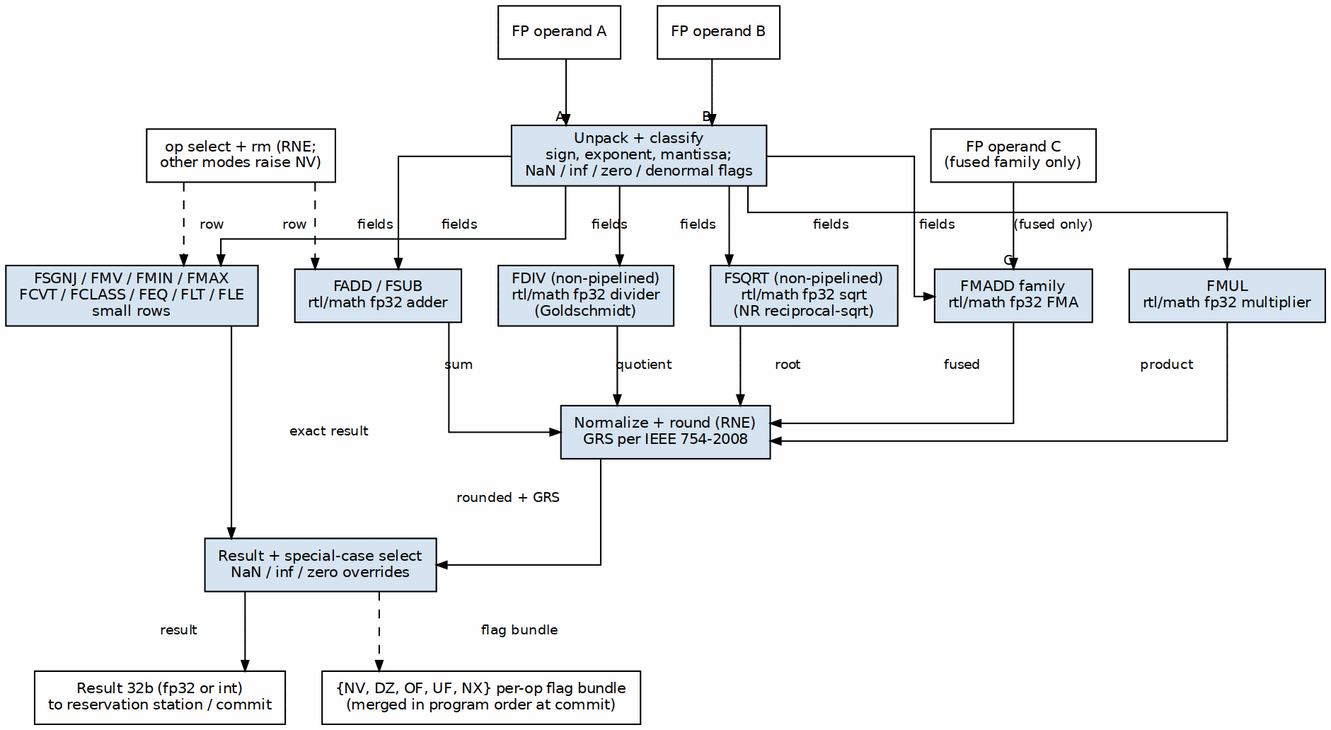
The Graphviz diagram projects/components/compute-eng-ip/alu-rv32f/assets/graphviz/01_alu_rv32f_datapath.png in sean-galloway/RTLDesignSherpa, before a commit. Its source is kept beside it as projects/components/compute-eng-ip/alu-rv32f/assets/graphviz/01_alu_rv32f_datapath.dot.
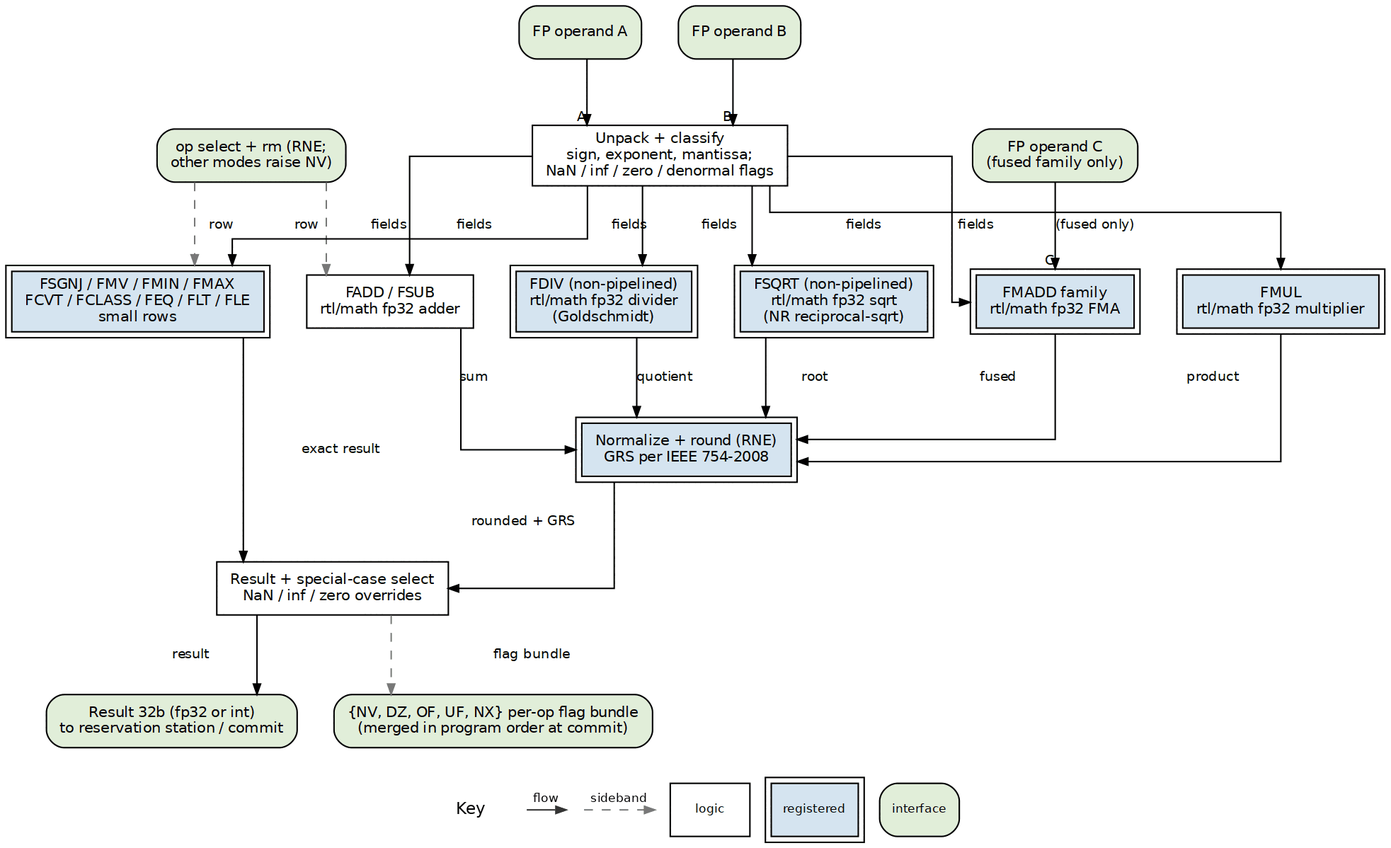
The same diagram one commit later.

Diff of the diagram source:
```diff
@@ -3,28 +3,28 @@
     graph [bgcolor="white", fontname="Helvetica", fontsize=11,
            nodesep="0.35", ranksep="0.60", splines=ortho];
     node  [fontname="Helvetica", fontsize=10, shape=box, style=filled,
-           fillcolor="#D6E4F0", color="black", margin="0.12,0.06"];
+           fillcolor="white", color="black", margin="0.12,0.06"];
     edge  [fontname="Helvetica", fontsize=9, color="black", arrowsize=0.7];
 
-    pa [label="FP operand A", fillcolor="white"];
-    pb [label="FP operand B", fillcolor="white"];
-    pc [label="FP operand C\n(fused family only)", fillcolor="white"];
-    op [label="op select + rm (RNE;\nother modes raise NV)", fillcolor="white"];
+    pa [label="FP operand A", fillcolor="white", style="rounded,filled", fillcolor="#E2EFDA"];
+    pb [label="FP operand B", fillcolor="white", style="rounded,filled", fillcolor="#E2EFDA"];
+    pc [label="FP operand C\n(fused family only)", fillcolor="white", style="rounded,filled", fillcolor="#E2EFDA"];
+    op [label="op select + rm (RNE;\nother modes raise NV)", fillcolor="white", style="rounded,filled", fillcolor="#E2EFDA"];
 
-    unpack [label="Unpack + classify\nsign, exponent, mantissa;\nNaN / inf / zero / denormal flags"];
+    unpack [label="Unpack + classify\nsign, exponent, mantissa;\nNaN / inf / zero / denormal flags", style="filled", fillcolor="white"];
 
-    uadd  [label="FADD / FSUB\nrtl/math fp32 adder"];
-    umul  [label="FMUL\nrtl/math fp32 multiplier"];
-    ufma  [label="FMADD family\nrtl/math fp32 FMA"];
-    udiv  [label="FDIV (non-pipelined)\nrtl/math fp32 divider\n(Goldschmidt)"];
-    usqrt [label="FSQRT (non-pipelined)\nrtl/math fp32 sqrt\n(NR reciprocal-sqrt)"];
-    usm   [label="FSGNJ / FMV / FMIN / FMAX\nFCVT / FCLASS / FEQ / FLT / FLE\nsmall rows"];
+    uadd  [label="FADD / FSUB\nrtl/math fp32 adder", style="filled", fillcolor="white"];
+    umul  [label="FMUL\nrtl/math fp32 multiplier", peripheries=2, style="filled", fillcolor="#D6E4F0"];
+    ufma  [label="FMADD family\nrtl/math fp32 FMA", peripheries=2, style="filled", fillcolor="#D6E4F0"];
+    udiv  [label="FDIV (non-pipelined)\nrtl/math fp32 divider\n(Goldschmidt)", peripheries=2, style="filled", fillcolor="#D6E4F0"];
+    usqrt [label="FSQRT (non-pipelined)\nrtl/math fp32 sqrt\n(NR reciprocal-sqrt)", peripheries=2, style="filled", fillcolor="#D6E4F0"];
+    usm   [label="FSGNJ / FMV / FMIN / FMAX\nFCVT / FCLASS / FEQ / FLT / FLE\nsmall rows", peripheries=2, style="filled", fillcolor="#D6E4F0"];
 
-    norm [label="Normalize + round (RNE)\nGRS per IEEE 754-2008"];
-    sel  [label="Result + special-case select\nNaN / inf / zero overrides"];
+    norm [label="Normalize + round (RNE)\nGRS per IEEE 754-2008", peripheries=2, style="filled", fillcolor="#D6E4F0"];
+    sel  [label="Result + special-case select\nNaN / inf / zero overrides", style="filled", fillcolor="white"];
 
-    out   [label="Result 32b (fp32 or int)\nto reservation station / commit", fillcolor="white"];
-    flags [label="{NV, DZ, OF, UF, NX} per-op flag bundle\n(merged in program order at commit)", fillcolor="white"];
+    out   [label="Result 32b (fp32 or int)\nto reservation station / commit", fillcolor="white", style="rounded,filled", fillcolor="#E2EFDA"];
+    flags [label="{NV, DZ, OF, UF, NX} per-op flag bundle\n(merged in program order at commit)", fillcolor="white", style="rounded,filled", fillcolor="#E2EFDA"];
 
     pa -> unpack [headlabel="A"];
     pb -> unpack [headlabel="B"];
@@ -44,7 +44,7 @@
     norm  -> sel  [label="rounded + GRS"];
     sel   -> out  [label="result"];
 
-    op -> uadd  [style=dashed, label="row"];
-    op -> usm   [style=dashed, label="row"];
-    sel -> flags [style=dashed, label="flag bundle"];
+    op -> uadd  [style=dashed, color="#777777", label="row"];
+    op -> usm   [style=dashed, color="#777777", label="row"];
+    sel -> flags [style=dashed, color="#777777", label="flag bundle"];
 }
```
